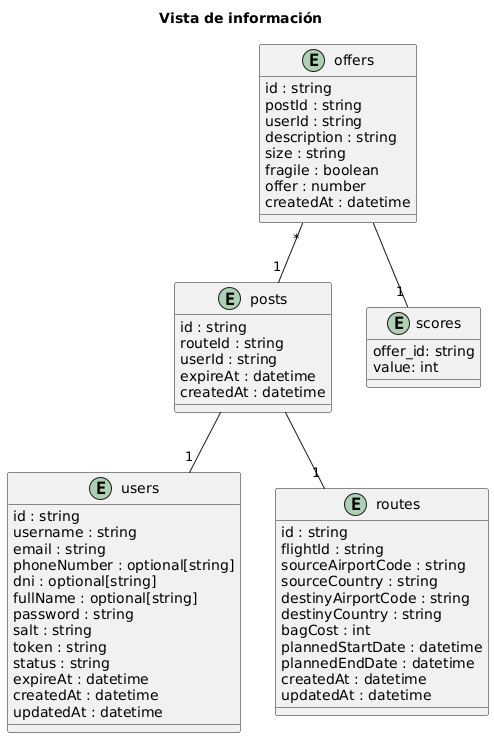
The PlantUML diagram docs/diagrams/entities.png in ddi4z/Cloud-native-application-development-Course, before a commit.
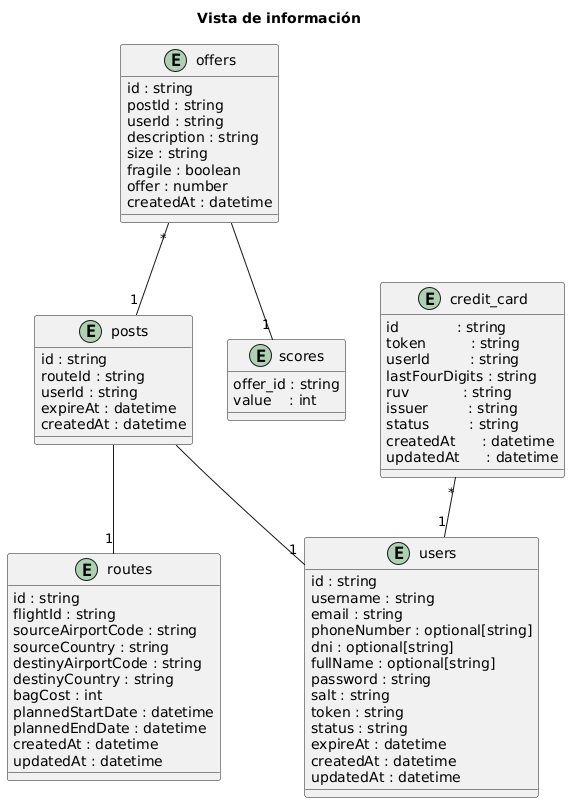
After the change.

What changed in the source:
```diff
@@ -51,13 +51,27 @@
 }
 
 entity "scores" as scores {
-  offer_id: string
-  value: int
+  offer_id : string
+  value    : int
 }
 
 
-posts -- "1" users
-posts -- "1" routes
+entity "credit_card" as credit_card {
+  id             : string
+  token          : string
+  userId         : string
+  lastFourDigits : string
+  ruv            : string
+  issuer         : string
+  status         : string
+  createdAt      : datetime
+  updatedAt      : datetime
+}
+
+posts  -- "1" users
+posts  -- "1" routes
 offers "*" -- "1" posts
 offers -- "1" scores
+
+credit_card "*" -- "1" users
 @enduml
```
